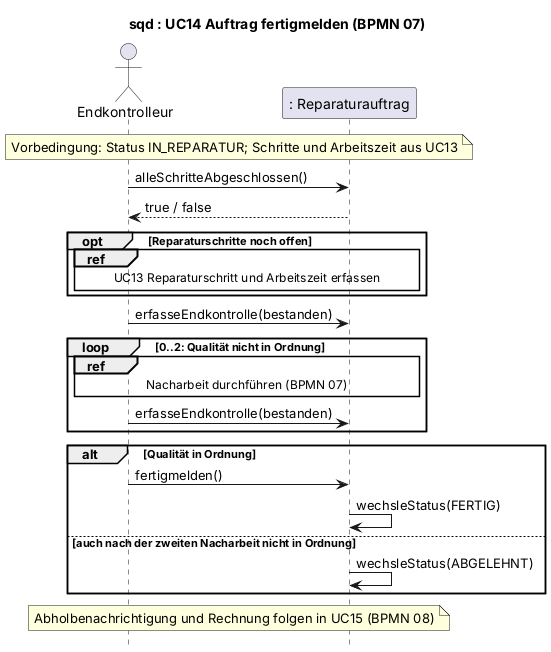
The PlantUML diagram 2_uml/entwurf-plantuml/sequenz-04-fertigmeldung.png in jakobschwan123-cmd/casestudy-semester-3, before a commit.
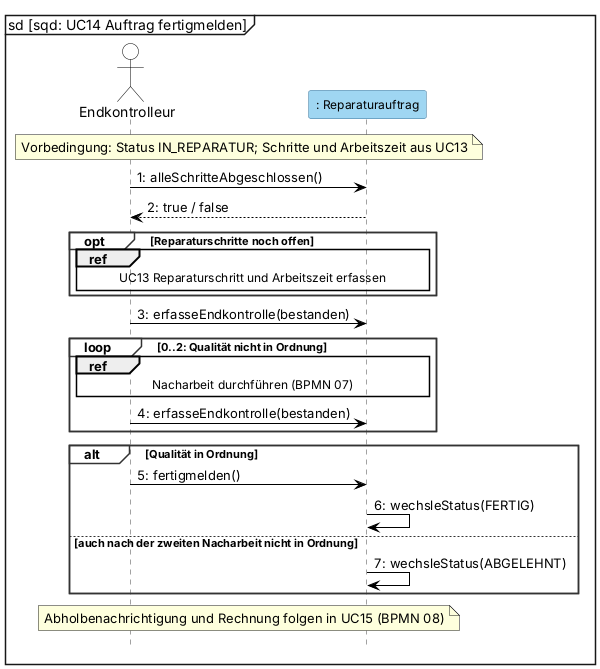
Later version of the same file.

What changed in the source:
```diff
@@ -1,9 +1,24 @@
 @startuml
-title sqd : UC14 Auftrag fertigmelden (BPMN 07)
+mainframe sd [sqd: UC14 Auftrag fertigmelden]
 skinparam defaultFontName Arial
 skinparam sequenceMessageAlign left
 skinparam maxMessageSize 170
+skinparam shadowing false
+skinparam sequence {
+  ParticipantBackgroundColor #9FD6F2
+  ParticipantBorderColor #2E6E99
+  ParticipantFontSize 12
+  ActorBackgroundColor white
+  ActorBorderColor black
+  LifeLineBorderColor #444444
+  LifeLineBackgroundColor #9FD6F2
+  GroupBorderColor #333333
+  GroupBackgroundColor white
+  GroupHeaderFontStyle bold
+  ArrowColor black
+}
 hide footbox
+autonumber "0:"
 
 actor Endkontrolleur as E
 participant ": Reparaturauftrag" as RA
```
